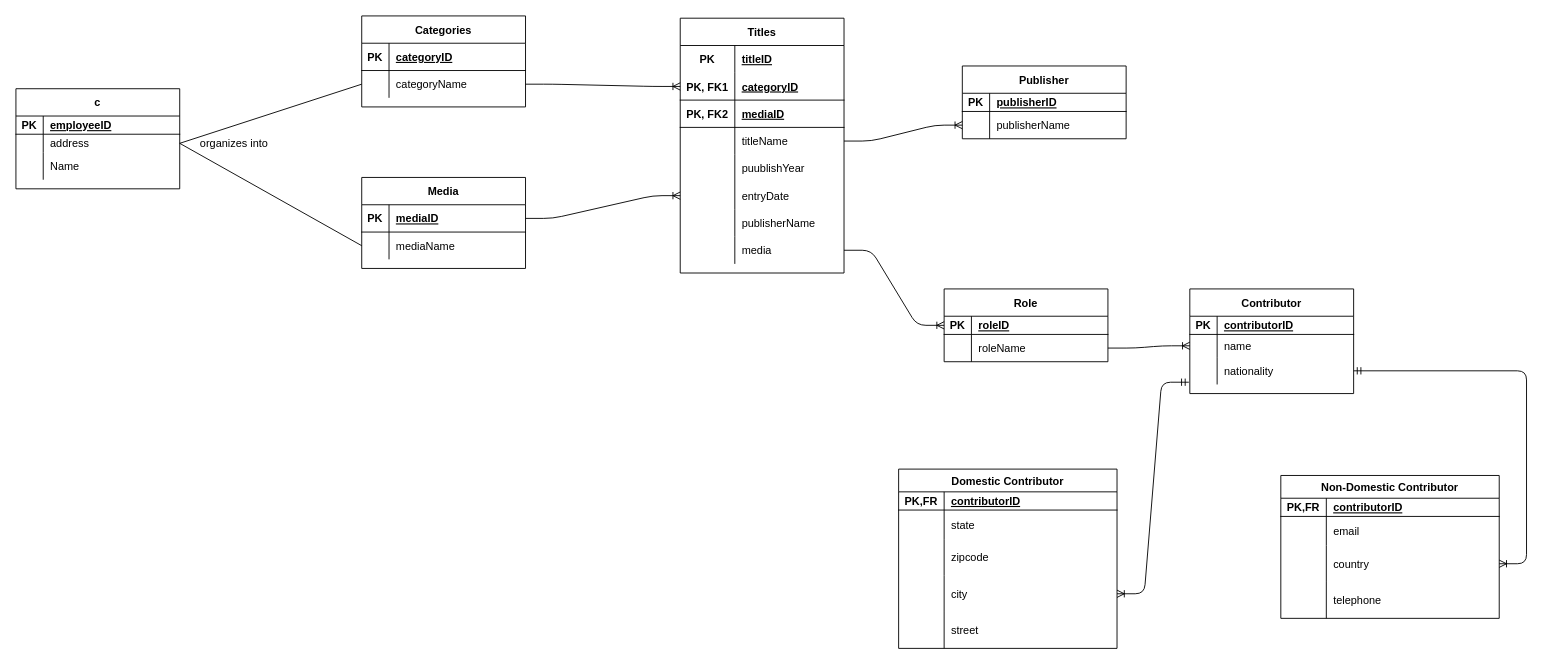
Above: page "Page-2" (2 of 2) of projecteerd.drawio in roning54/database_design (draw.io), before the change. Source tidied: cells renumbered, new cells numbered last; positions are measured from the earlier drawing's top-left corner, leaving out a move shared by most shapes. Both pictures are drawn from the tidied source at 91%, with x=0, y=0 at pixel (15, 15).
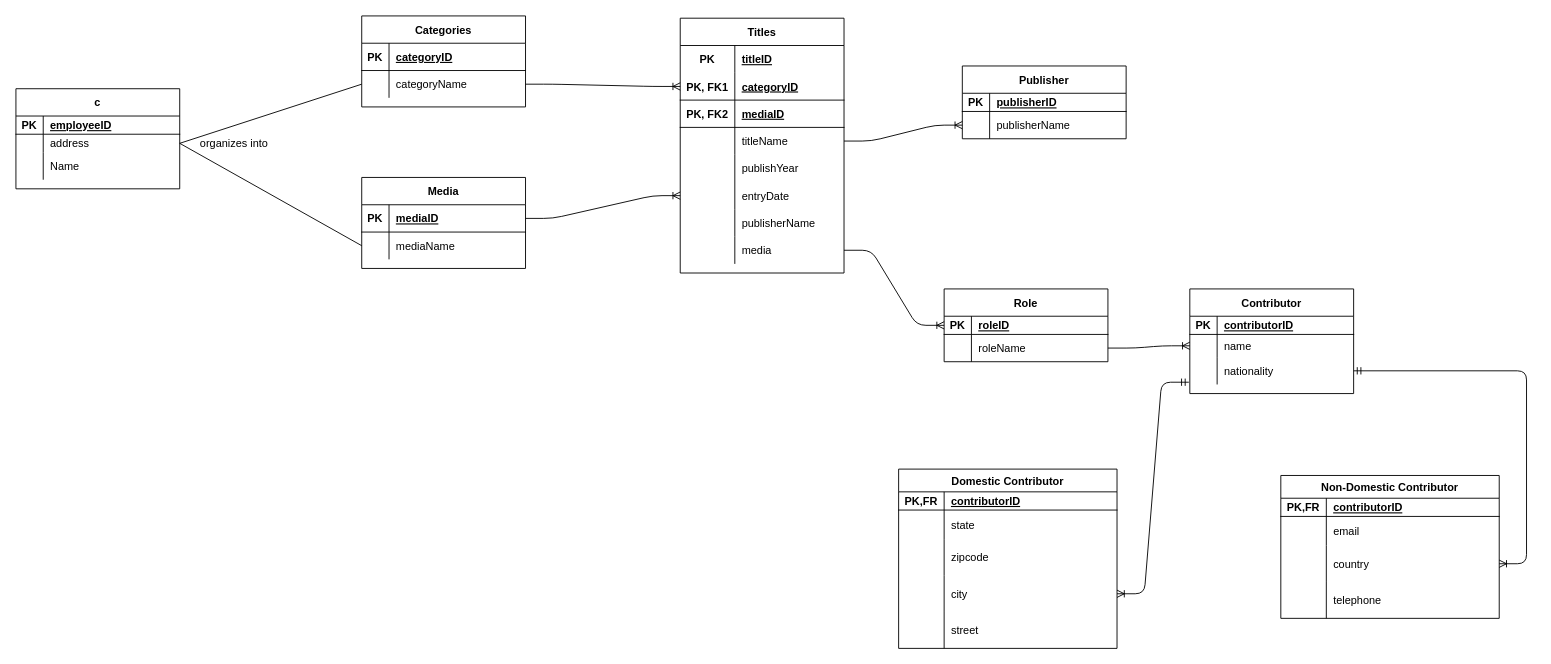
Above is the later version.

Unchanged cells that the change refers to:
```xml
<mxCell id="39" style="shape=partialRectangle;fillColor=none;top=0;left=0;bottom=0;right=0;" parent="26" vertex="1">
  <mxGeometry y="150" width="180" height="30" as="geometry" />
</mxCell>
```

The edit, as a diff of the source:
```diff
@@
-    <mxCell id="41" value="puublishYear" style="shape=partialRectangle;fillColor=none;top=0;left=0;bottom=0;right=0;align=left;spacingLeft=6;overflow=hidden;" parent="39" vertex="1">
+    <mxCell id="41" value="publishYear" style="shape=partialRectangle;fillColor=none;top=0;left=0;bottom=0;right=0;align=left;spacingLeft=6;overflow=hidden;" parent="39" vertex="1">
       <mxGeometry x="60" width="120" height="30" as="geometry" />
     </mxCell>
```
